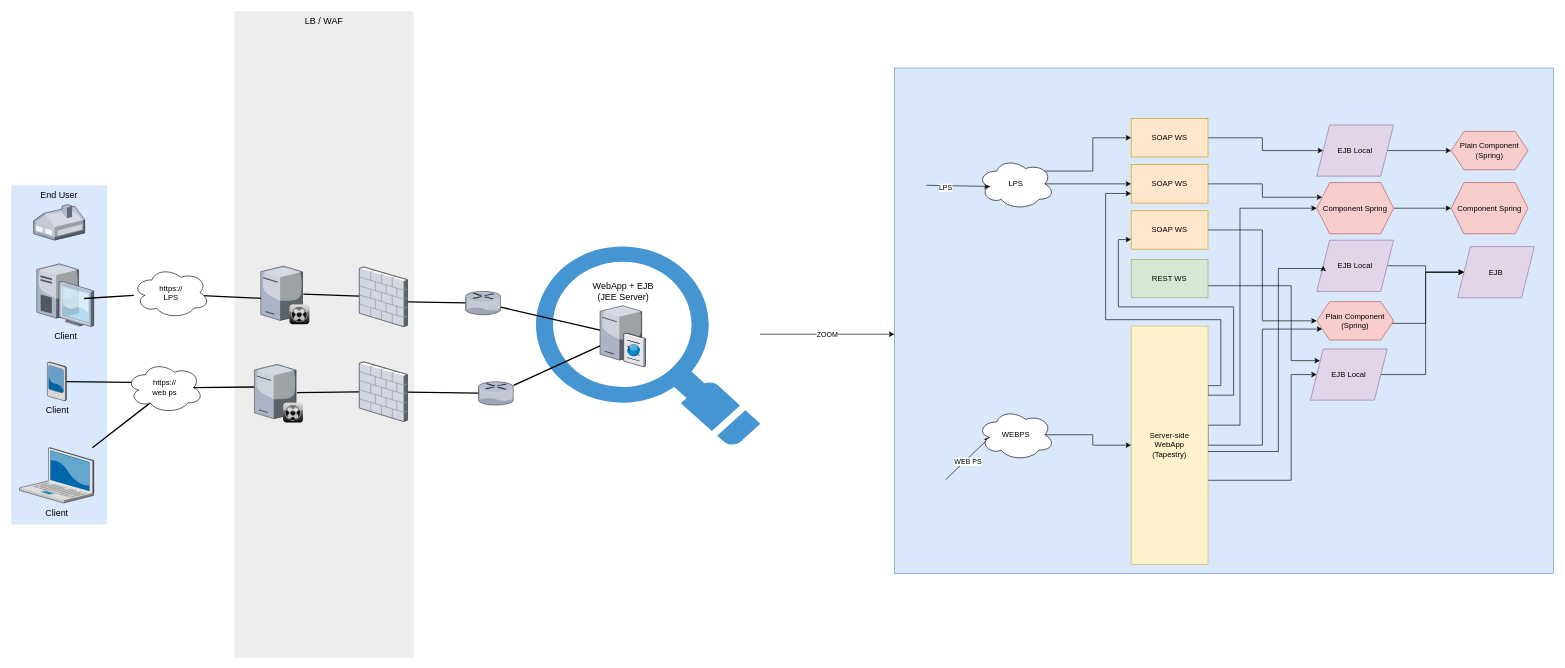
The draw.io diagram v2 transformation etape 1.drawio in YannRobert/draw.io, before the edit. Source tidied: cells renumbered, new cells numbered last; positions are measured from the earlier drawing's top-left corner, leaving out a move shared by most shapes. Both pictures are drawn from the tidied source at 64%, with x=0, y=0 at pixel (11, 11).
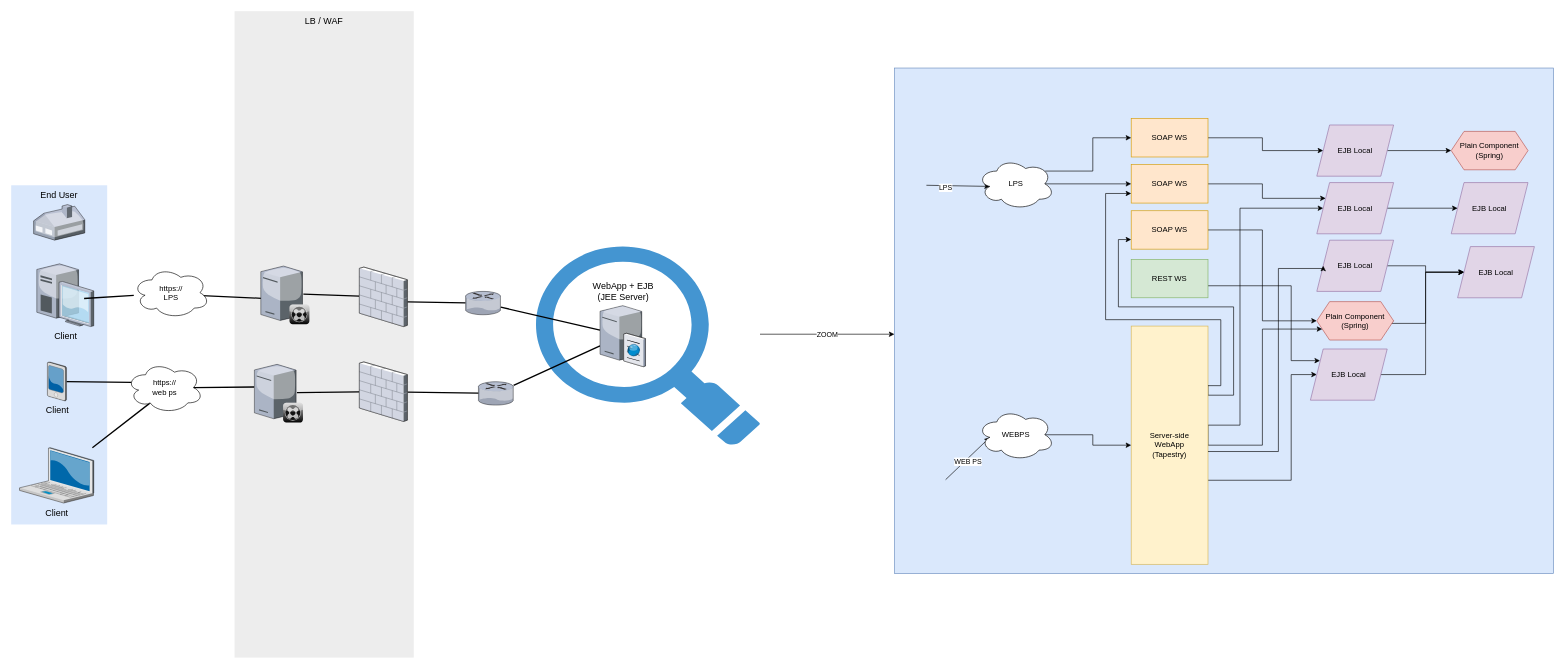
Above is the later version.

Commit message:
Mettre à jour v2 transformation etape 1.drawio

Diff of the diagram source:
```diff
@@
-    <mxCell id="41" value="Component Spring" style="shape=hexagon;perimeter=hexagonPerimeter2;whiteSpace=wrap;html=1;fixedSize=1;fillColor=#f8cecc;strokeColor=#b85450;" parent="1" vertex="1">
+    <mxCell id="41" value="EJB Local" style="shape=parallelogram;perimeter=parallelogramPerimeter;whiteSpace=wrap;html=1;fixedSize=1;fillColor=#e1d5e7;strokeColor=#9673a6;" parent="1" vertex="1">
       <mxGeometry x="2040" y="267.8" width="120" height="80" as="geometry" />
     </mxCell>
-    <mxCell id="42" value="Component Spring" style="shape=hexagon;perimeter=hexagonPerimeter2;whiteSpace=wrap;html=1;fixedSize=1;fillColor=#f8cecc;strokeColor=#b85450;" parent="1" vertex="1">
+    <mxCell id="42" value="EJB Local" style="shape=parallelogram;perimeter=parallelogramPerimeter;whiteSpace=wrap;html=1;fixedSize=1;fillColor=#e1d5e7;strokeColor=#9673a6;" parent="1" vertex="1">
       <mxGeometry x="2250" y="267.8" width="120" height="80" as="geometry" />
     </mxCell>
@@
-    <mxCell id="44" value="EJB" style="shape=parallelogram;perimeter=parallelogramPerimeter;whiteSpace=wrap;html=1;fixedSize=1;fillColor=#e1d5e7;strokeColor=#9673a6;" parent="1" vertex="1">
+    <mxCell id="44" value="EJB Local" style="shape=parallelogram;perimeter=parallelogramPerimeter;whiteSpace=wrap;html=1;fixedSize=1;fillColor=#e1d5e7;strokeColor=#9673a6;" parent="1" vertex="1">
       <mxGeometry x="2260" y="367.8" width="120" height="80" as="geometry" />
     </mxCell>
```
